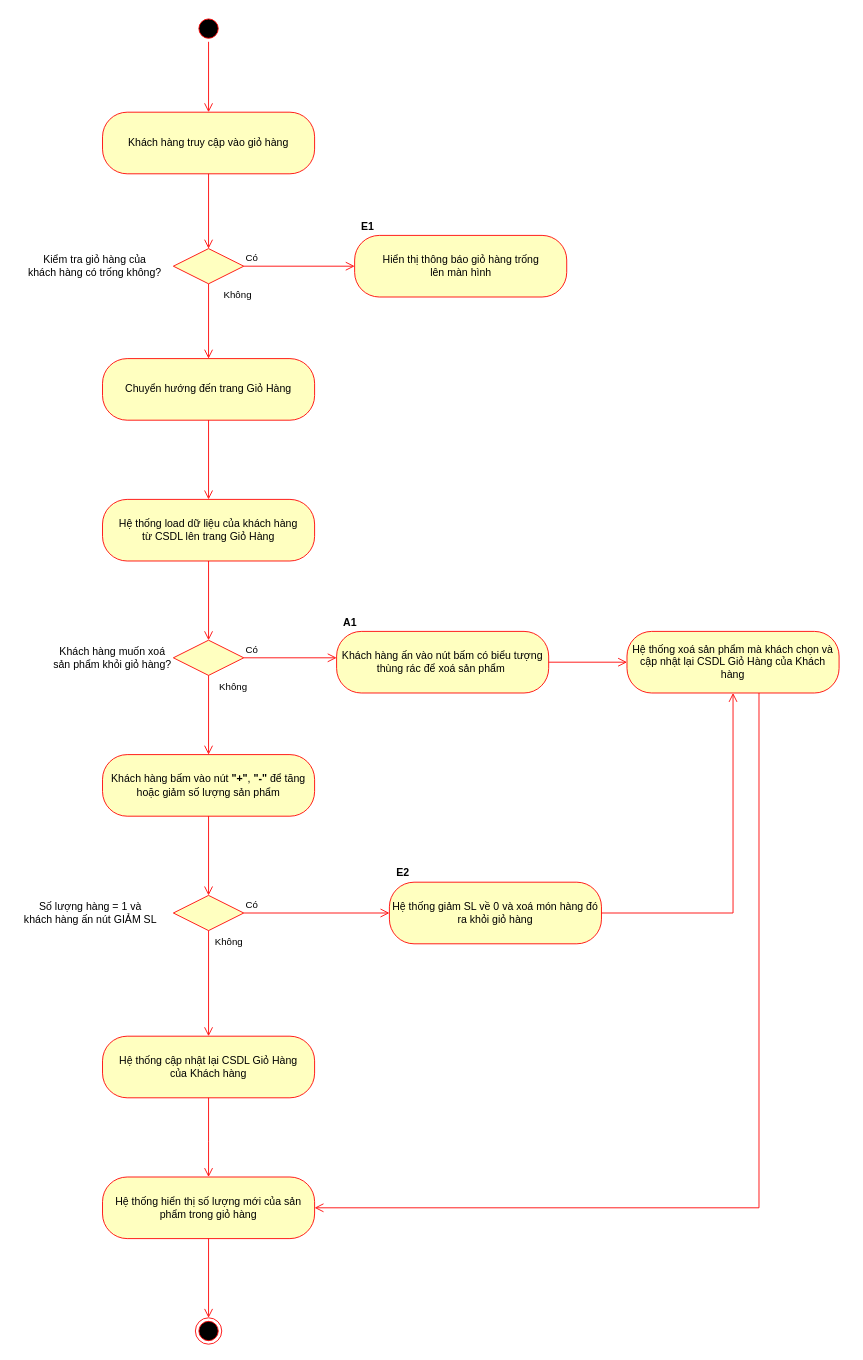
Above: Nam3_HK1/CNPM_SoftTech/Activity Diagrams/Nguyên Lộc/AD_QuảnLíGiỏHàng.drawio in EdgarIgnite16/SGU-Course (draw.io), before the change. Source tidied: cells renumbered, new cells numbered last; positions are measured from the earlier drawing's top-left corner, leaving out a move shared by most shapes. Both pictures are drawn from the tidied source at 88%, with x=0, y=0 at pixel (14, 15).
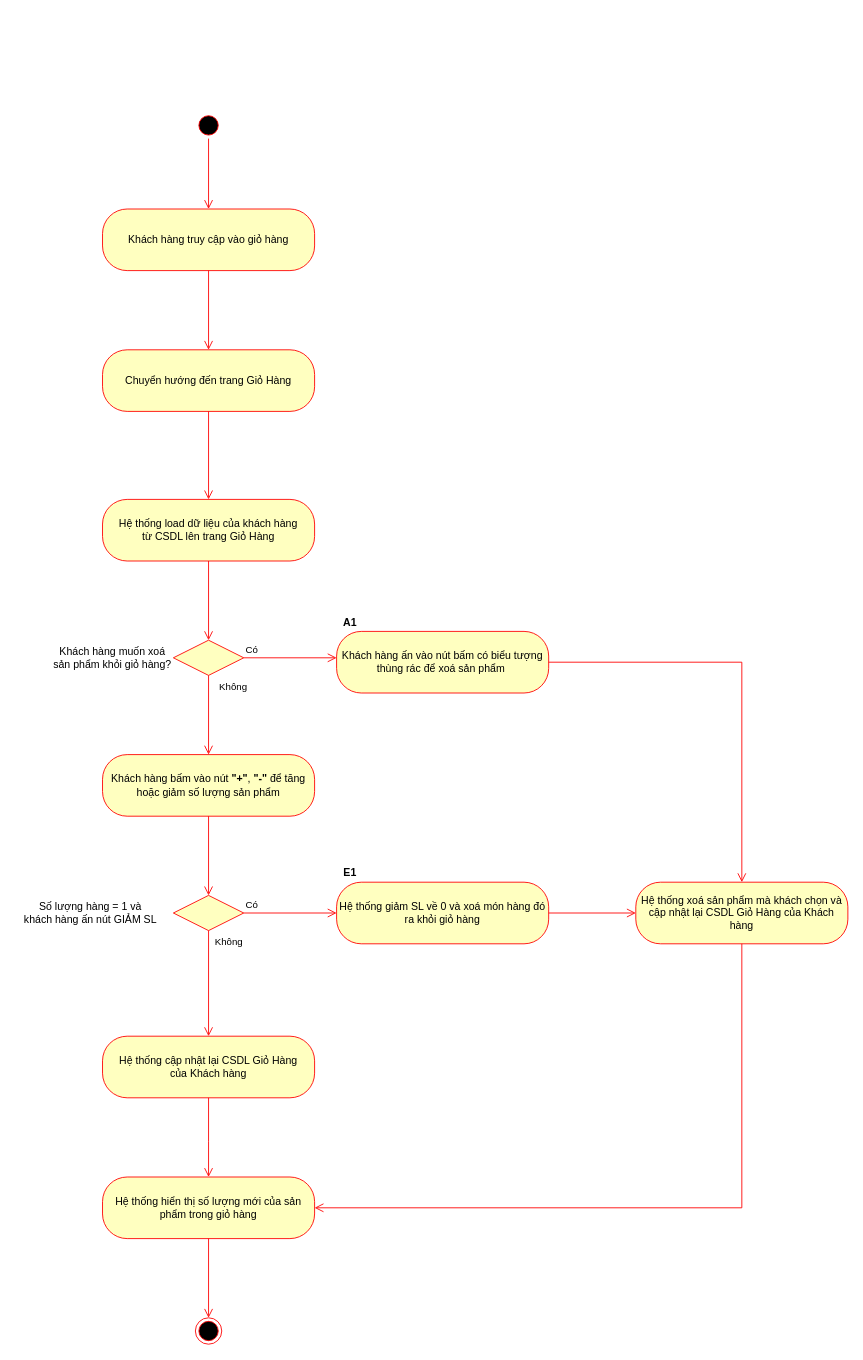
The same diagram, later.

Unchanged cells that the change refers to:
```xml
<mxCell id="13" value="Hệ thống load dữ liệu của khách hàng &lt;br&gt;từ CSDL lên&amp;nbsp;trang Giỏ Hàng" style="rounded=1;whiteSpace=wrap;html=1;arcSize=40;fontColor=#000000;fillColor=#ffffc0;strokeColor=#ff0000;" parent="1" vertex="1">
  <mxGeometry x="100" y="550" width="241" height="70" as="geometry" />
</mxCell>
<mxCell id="28" value="Hệ thống hiển thị số lượng mới của sản phẩm trong giỏ hàng" style="rounded=1;whiteSpace=wrap;html=1;arcSize=40;fontColor=#000000;fillColor=#ffffc0;strokeColor=#ff0000;" parent="1" vertex="1">
  <mxGeometry x="100" y="1320" width="241" height="70" as="geometry" />
</mxCell>
```

Change to the diagram source:
```diff
@@
     <mxCell id="2" style="ellipse;html=1;shape=startState;fillColor=#000000;strokeColor=#ff0000;" parent="1" vertex="1">
-      <mxGeometry x="205.5" width="30" height="30" as="geometry" />
+      <mxGeometry x="205.5" y="110" width="30" height="30" as="geometry" />
     </mxCell>
@@
     <mxCell id="4" value="Khách hàng truy cập vào giỏ hàng" style="rounded=1;whiteSpace=wrap;html=1;arcSize=40;fontColor=#000000;fillColor=#ffffc0;strokeColor=#ff0000;" parent="1" vertex="1">
-      <mxGeometry x="100" y="110" width="241" height="70" as="geometry" />
+      <mxGeometry x="100" y="220" width="241" height="70" as="geometry" />
     </mxCell>
-    <mxCell id="5" style="edgeStyle=orthogonalEdgeStyle;html=1;verticalAlign=bottom;endArrow=open;endSize=8;strokeColor=#ff0000;rounded=0;" parent="1" edge="1" source="4" target="7">
-      <mxGeometry relative="1" as="geometry" />
-    </mxCell>
@@
-    <mxCell id="7" style="rhombus;whiteSpace=wrap;html=1;fillColor=#ffffc0;strokeColor=#ff0000;" parent="1" vertex="1">
-      <mxGeometry x="180.5" y="265" width="80" height="40" as="geometry" />
-    </mxCell>
-    <mxCell id="8" value="Có" style="edgeStyle=orthogonalEdgeStyle;html=1;align=left;verticalAlign=bottom;endArrow=open;endSize=8;strokeColor=#ff0000;rounded=0;" parent="1" edge="1" source="7" target="12">
-      <mxGeometry x="-1" relative="1" as="geometry" />
-    </mxCell>
-    <mxCell id="9" value="Không" style="edgeStyle=orthogonalEdgeStyle;html=1;align=left;verticalAlign=top;endArrow=open;endSize=8;strokeColor=#ff0000;rounded=0;" parent="1" edge="1" source="7" target="11">
-      <mxGeometry x="-1" y="15" relative="1" as="geometry" />
-    </mxCell>
-    <mxCell id="10" value="Kiểm tra giỏ hàng của&lt;br&gt;khách hàng có trống không?" style="text;html=1;align=center;verticalAlign=middle;strokeColor=none;fillColor=none;" parent="1" vertex="1">
-      <mxGeometry x="6" y="270" width="170" height="30" as="geometry" />
-    </mxCell>
     <mxCell id="11" value="Chuyển hướng đến trang Giỏ Hàng" style="rounded=1;whiteSpace=wrap;html=1;arcSize=40;fontColor=#000000;fillColor=#ffffc0;strokeColor=#ff0000;" parent="1" vertex="1">
-      <mxGeometry x="100" y="390" width="241" height="70" as="geometry" />
+      <mxGeometry x="100" y="380" width="241" height="70" as="geometry" />
     </mxCell>
-    <mxCell id="12" value="Hiển thị thông báo giỏ hàng trống&lt;br&gt;lên màn hình" style="rounded=1;whiteSpace=wrap;html=1;arcSize=40;fontColor=#000000;fillColor=#ffffc0;strokeColor=#ff0000;" parent="1" vertex="1">
-      <mxGeometry x="386.5" y="250" width="241" height="70" as="geometry" />
-    </mxCell>
@@
-    <mxCell id="14" value="&lt;b&gt;E1&lt;/b&gt;" style="text;html=1;align=center;verticalAlign=middle;strokeColor=none;fillColor=none;" parent="1" vertex="1">
-      <mxGeometry x="386" y="230" width="30" height="20" as="geometry" />
-    </mxCell>
@@
-    <mxCell id="21" style="edgeStyle=orthogonalEdgeStyle;html=1;verticalAlign=bottom;endArrow=open;endSize=8;strokeColor=#ff0000;rounded=0;" parent="1" edge="1" source="11" target="13">
-      <mxGeometry relative="1" as="geometry" />
-    </mxCell>
@@
     <mxCell id="27" value="Hệ thống giảm SL về 0 và xoá món hàng đó ra khỏi giỏ hàng" style="rounded=1;whiteSpace=wrap;html=1;arcSize=40;fontColor=#000000;fillColor=#ffffc0;strokeColor=#ff0000;" parent="1" vertex="1">
-      <mxGeometry x="426" y="985" width="241" height="70" as="geometry" />
+      <mxGeometry x="366" y="985" width="241" height="70" as="geometry" />
     </mxCell>
@@
     <mxCell id="31" value="Hệ thống xoá sản phẩm mà khách chọn và&lt;br&gt;cập nhật lại CSDL Giỏ Hàng của Khách hàng" style="rounded=1;whiteSpace=wrap;html=1;arcSize=40;fontColor=#000000;fillColor=#ffffc0;strokeColor=#ff0000;" parent="1" vertex="1">
-      <mxGeometry x="696" y="700" width="241" height="70" as="geometry" />
+      <mxGeometry x="706" y="985" width="241" height="70" as="geometry" />
     </mxCell>
@@
-    <mxCell id="33" value="&lt;b&gt;E2&lt;/b&gt;" style="text;html=1;align=center;verticalAlign=middle;strokeColor=none;fillColor=none;" parent="1" vertex="1">
-      <mxGeometry x="426" y="965" width="30" height="20" as="geometry" />
+    <mxCell id="33" value="&lt;b&gt;E1&lt;/b&gt;" style="text;html=1;align=center;verticalAlign=middle;strokeColor=none;fillColor=none;" parent="1" vertex="1">
+      <mxGeometry x="366" y="965" width="30" height="20" as="geometry" />
     </mxCell>
@@
     <mxCell id="36" style="edgeStyle=orthogonalEdgeStyle;html=1;verticalAlign=bottom;endArrow=open;endSize=8;strokeColor=#ff0000;rounded=0;" parent="1" edge="1" source="31" target="28">
       <mxGeometry relative="1" as="geometry">
         <Array as="points">
-          <mxPoint x="846" y="1355" />
+          <mxPoint x="826" y="1355" />
         </Array>
       </mxGeometry>
     </mxCell>
@@
+    <mxCell id="39" style="edgeStyle=orthogonalEdgeStyle;html=1;verticalAlign=bottom;endArrow=open;endSize=8;strokeColor=#ff0000;rounded=0;" parent="1" edge="1" source="4" target="11">
+      <mxGeometry relative="1" as="geometry" />
+    </mxCell>
+    <mxCell id="21" style="edgeStyle=orthogonalEdgeStyle;html=1;verticalAlign=bottom;endArrow=open;endSize=8;strokeColor=#ff0000;rounded=0;" parent="1" edge="1" source="11" target="13">
+      <mxGeometry relative="1" as="geometry" />
+    </mxCell>
```
